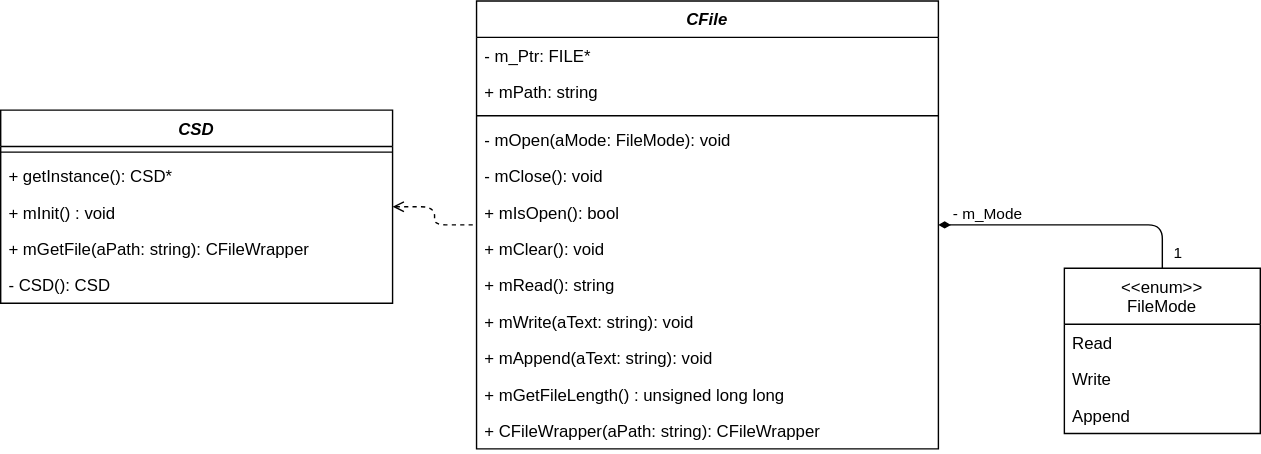
Above: uml/sd-abstraction.drawio.svg in SenseBoxTI/FirmwareDesign (draw.io), before the change. Source tidied: cells renumbered, new cells last; positions are measured from the earlier drawing's top-left corner, leaving out a move shared by most shapes.
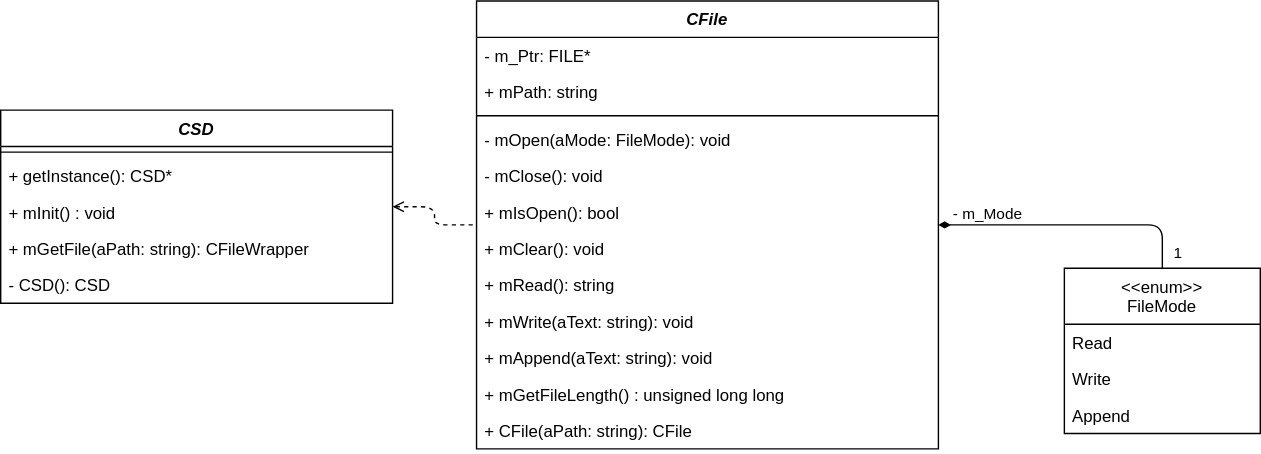
The same diagram one commit later.

Commit message:
Fix forgotten name change

The edit, as a diff of the source:
```diff
@@ -59,7 +59,7 @@
     <mxCell id="20" value="+ mGetFileLength() : unsigned long long" style="text;strokeColor=none;fillColor=none;align=left;verticalAlign=top;spacingLeft=4;spacingRight=4;overflow=hidden;" parent="9" vertex="1">
       <mxGeometry y="268" width="330" height="26" as="geometry" />
     </mxCell>
-    <mxCell id="21" value="+ CFileWrapper(aPath: string): CFileWrapper" style="text;strokeColor=none;fillColor=none;align=left;verticalAlign=top;spacingLeft=4;spacingRight=4;overflow=hidden;" parent="9" vertex="1">
+    <mxCell id="21" value="+ CFile(aPath: string): CFile" style="text;strokeColor=none;fillColor=none;align=left;verticalAlign=top;spacingLeft=4;spacingRight=4;overflow=hidden;" parent="9" vertex="1">
       <mxGeometry y="294" width="330" height="26" as="geometry" />
     </mxCell>
     <mxCell id="22" style="edgeStyle=orthogonalEdgeStyle;html=1;exitX=0.5;exitY=0;exitDx=0;exitDy=0;entryX=1;entryY=0.5;entryDx=0;entryDy=0;endArrow=diamondThin;endFill=1;" parent="1" edge="1" source="25" target="9">
```
